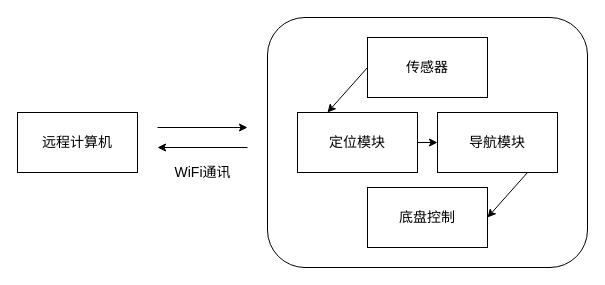
This is system.drawio from ZhouTangtang/temporary, a draw.io file, before an edit. Source tidied: cells renumbered, new cells numbered last; positions are measured from the earlier drawing's top-left corner, leaving out a move shared by most shapes. Both pictures are drawn from the tidied source at 100%, with x=0, y=0 at pixel (17, 17).
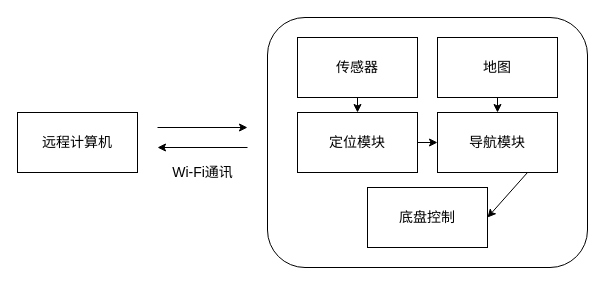
Above is the later version.

Diff of the diagram source:
```diff
@@
 <mxGraphModel>
   <root>
     <mxCell id="0" />
     <mxCell id="1" parent="0" />
     <mxCell id="2" style="rounded=1;whiteSpace=wrap;html=1;strokeWidth=1;fontSize=14;" parent="1" vertex="1">
       <mxGeometry x="250" width="320" height="250" as="geometry" />
     </mxCell>
     <mxCell id="3" value="远程计算机" style="rounded=0;whiteSpace=wrap;html=1;strokeWidth=1;fontSize=14;" parent="1" vertex="1">
       <mxGeometry y="95" width="120" height="60" as="geometry" />
     </mxCell>
     <mxCell id="4" value="传感器" style="rounded=0;whiteSpace=wrap;html=1;strokeWidth=1;fontSize=14;" parent="1" vertex="1">
-      <mxGeometry x="350" y="20" width="120" height="60" as="geometry" />
+      <mxGeometry x="280" y="20" width="120" height="60" as="geometry" />
     </mxCell>
     <mxCell id="5" value="定位模块" style="rounded=0;whiteSpace=wrap;html=1;strokeWidth=1;fontSize=14;" parent="1" vertex="1">
       <mxGeometry x="280" y="95" width="120" height="60" as="geometry" />
     </mxCell>
     <mxCell id="6" value="导航模块" style="rounded=0;whiteSpace=wrap;html=1;strokeWidth=1;fontSize=14;" parent="1" vertex="1">
       <mxGeometry x="420" y="95" width="120" height="60" as="geometry" />
     </mxCell>
     <mxCell id="7" value="底盘控制" style="rounded=0;whiteSpace=wrap;html=1;strokeWidth=1;fontSize=14;" parent="1" vertex="1">
       <mxGeometry x="350" y="170" width="120" height="60" as="geometry" />
     </mxCell>
     <mxCell id="8" style="endArrow=classic;html=1;strokeWidth=1;fontSize=14;" parent="1" edge="1">
       <mxGeometry relative="1" as="geometry">
         <mxPoint x="140" y="110" as="sourcePoint" />
         <mxPoint x="230" y="110" as="targetPoint" />
       </mxGeometry>
     </mxCell>
     <mxCell id="9" style="endArrow=classic;html=1;strokeWidth=1;fontSize=14;" parent="1" edge="1">
       <mxGeometry relative="1" as="geometry">
         <mxPoint x="230" y="130" as="sourcePoint" />
         <mxPoint x="140" y="130" as="targetPoint" />
       </mxGeometry>
     </mxCell>
-    <mxCell id="10" value="WiFi通讯" style="text;html=1;strokeColor=none;fillColor=none;align=center;verticalAlign=middle;whiteSpace=wrap;rounded=0;fontSize=14;" parent="1" vertex="1">
+    <mxCell id="10" value="Wi-Fi通讯" style="text;html=1;strokeColor=none;fillColor=none;align=center;verticalAlign=middle;whiteSpace=wrap;rounded=0;fontSize=14;" parent="1" vertex="1">
       <mxGeometry x="152.5" y="145" width="65" height="20" as="geometry" />
     </mxCell>
-    <mxCell id="11" style="endArrow=classic;html=1;strokeWidth=1;fontSize=14;exitX=0;exitY=0.5;exitDx=0;exitDy=0;entryX=0.25;entryY=0;entryDx=0;entryDy=0;" parent="1" edge="1" source="4" target="5">
+    <mxCell id="11" style="endArrow=classic;html=1;strokeWidth=1;fontSize=14;exitX=0.5;exitY=1;exitDx=0;exitDy=0;entryX=0.5;entryY=0;entryDx=0;entryDy=0;" parent="1" edge="1" source="4" target="5">
       <mxGeometry relative="1" as="geometry" />
     </mxCell>
     <mxCell id="12" style="endArrow=classic;html=1;strokeWidth=1;fontSize=14;exitX=1;exitY=0.5;exitDx=0;exitDy=0;entryX=0;entryY=0.5;entryDx=0;entryDy=0;" parent="1" edge="1" source="5" target="6">
       <mxGeometry relative="1" as="geometry" />
     </mxCell>
     <mxCell id="13" style="endArrow=classic;html=1;strokeWidth=1;fontSize=14;exitX=0.75;exitY=1;exitDx=0;exitDy=0;entryX=1;entryY=0.5;entryDx=0;entryDy=0;" parent="1" edge="1" source="6" target="7">
       <mxGeometry relative="1" as="geometry" />
     </mxCell>
+    <mxCell id="14" style="edgeStyle=orthogonalEdgeStyle;rounded=0;jettySize=auto;html=1;exitX=0.5;exitY=1;exitDx=0;exitDy=0;entryX=0.5;entryY=0;entryDx=0;entryDy=0;" parent="1" edge="1" source="15" target="6">
+      <mxGeometry relative="1" as="geometry" />
+    </mxCell>
+    <mxCell id="15" value="地图" style="rounded=0;whiteSpace=wrap;html=1;strokeWidth=1;fontSize=14;" parent="1" vertex="1">
+      <mxGeometry x="420" y="20" width="120" height="60" as="geometry" />
+    </mxCell>
   </root>
 </mxGraphModel>
```
